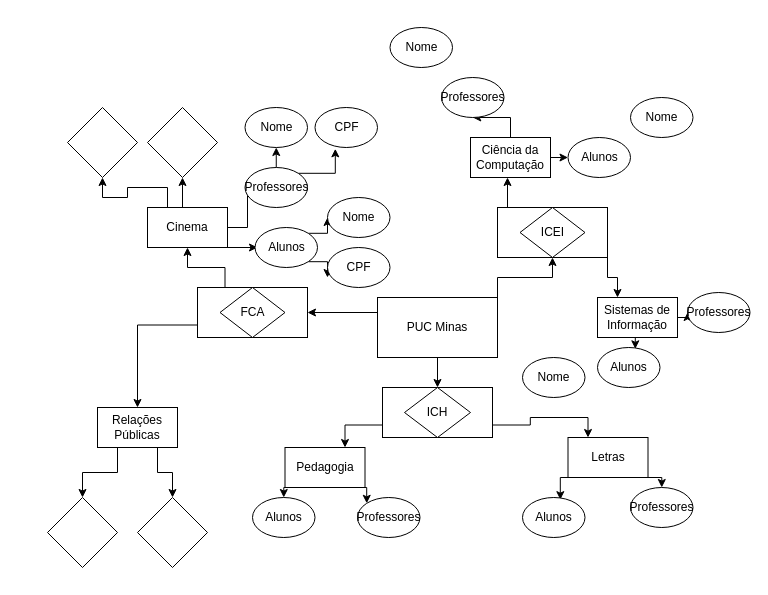
Earlier version of the draw.io diagram Untitled Diagram.drawio (gabriel1512/aedII). Source tidied: cells renumbered, new cells numbered last; positions are measured from the earlier drawing's top-left corner, leaving out a move shared by most shapes. Both pictures are drawn from the tidied source at 100%, with x=0, y=0 at pixel (47, 27).
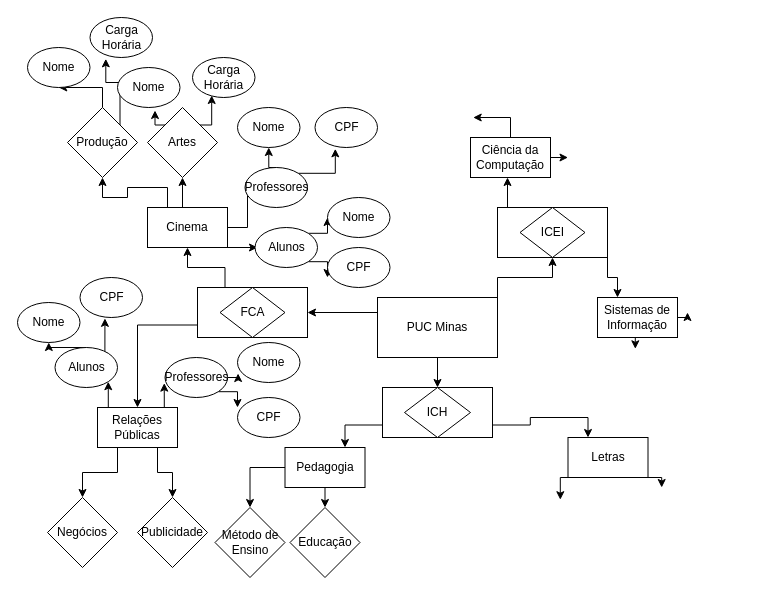
After the change.

The change refers to these unchanged cells:
```xml
<mxCell id="25" value="Relações Públicas " style="rounded=0;whiteSpace=wrap;html=1;" parent="1" vertex="1">
  <mxGeometry x="50" y="380" width="80" height="40" as="geometry" />
</mxCell>
<mxCell id="28" value="Pedagogia " style="rounded=0;whiteSpace=wrap;html=1;" parent="1" vertex="1">
  <mxGeometry x="237.5" y="420" width="80" height="40" as="geometry" />
</mxCell>
<mxCell id="31" value="Letras" style="rounded=0;whiteSpace=wrap;html=1;" parent="1" vertex="1">
  <mxGeometry x="520.5" y="410" width="80" height="40" as="geometry" />
</mxCell>
<mxCell id="34" value="Ciência da Computação" style="rounded=0;whiteSpace=wrap;html=1;" parent="1" vertex="1">
  <mxGeometry x="423" y="110" width="80" height="40" as="geometry" />
</mxCell>
<mxCell id="37" value="Sistemas de Informação" style="rounded=0;whiteSpace=wrap;html=1;" parent="1" vertex="1">
  <mxGeometry x="550" y="270" width="80" height="40" as="geometry" />
</mxCell>
```

Diff of the diagram source:
```diff
@@
+    <mxCell id="63" style="edgeStyle=orthogonalEdgeStyle;rounded=0;jettySize=auto;html=1;exitX=0.25;exitY=0;exitDx=0;exitDy=0;entryX=1;entryY=1;entryDx=0;entryDy=0;" parent="1" edge="1" source="25" target="75">
+      <mxGeometry relative="1" as="geometry" />
+    </mxCell>
+    <mxCell id="64" style="edgeStyle=orthogonalEdgeStyle;rounded=0;jettySize=auto;html=1;exitX=0.75;exitY=0;exitDx=0;exitDy=0;entryX=-0.012;entryY=0.641;entryDx=0;entryDy=0;entryPerimeter=0;" parent="1" edge="1" source="25" target="78">
+      <mxGeometry relative="1" as="geometry" />
+    </mxCell>
@@
-    <mxCell id="26" style="edgeStyle=orthogonalEdgeStyle;rounded=0;jettySize=auto;html=1;exitX=0.25;exitY=1;exitDx=0;exitDy=0;entryX=0.5;entryY=0;entryDx=0;entryDy=0;" parent="1" edge="1" source="28" target="58">
-      <mxGeometry relative="1" as="geometry" />
-    </mxCell>
-    <mxCell id="27" style="edgeStyle=orthogonalEdgeStyle;rounded=0;jettySize=auto;html=1;exitX=0.75;exitY=1;exitDx=0;exitDy=0;entryX=0;entryY=0;entryDx=0;entryDy=0;" parent="1" edge="1" source="28" target="57">
-      <mxGeometry relative="1" as="geometry" />
-    </mxCell>
+    <mxCell id="65" style="edgeStyle=orthogonalEdgeStyle;rounded=0;jettySize=auto;html=1;exitX=0;exitY=0.5;exitDx=0;exitDy=0;entryX=0.5;entryY=0;entryDx=0;entryDy=0;" parent="1" edge="1" source="28" target="71">
+      <mxGeometry relative="1" as="geometry" />
+    </mxCell>
+    <mxCell id="66" style="edgeStyle=orthogonalEdgeStyle;rounded=0;jettySize=auto;html=1;exitX=0.5;exitY=1;exitDx=0;exitDy=0;entryX=0.5;entryY=0;entryDx=0;entryDy=0;" parent="1" edge="1" source="28" target="72">
+      <mxGeometry relative="1" as="geometry" />
+    </mxCell>
@@
-    <mxCell id="29" style="edgeStyle=orthogonalEdgeStyle;rounded=0;jettySize=auto;html=1;exitX=0.25;exitY=1;exitDx=0;exitDy=0;entryX=0.605;entryY=0.054;entryDx=0;entryDy=0;entryPerimeter=0;" parent="1" edge="1" source="31" target="59">
-      <mxGeometry relative="1" as="geometry" />
+    <mxCell id="29" style="edgeStyle=orthogonalEdgeStyle;rounded=0;jettySize=auto;html=1;exitX=0.25;exitY=1;exitDx=0;exitDy=0;entryX=0.605;entryY=0.054;entryDx=0;entryDy=0;entryPerimeter=0;" parent="1" edge="1" source="31">
+      <mxGeometry relative="1" as="geometry">
+        <mxPoint x="512.8" y="472.2" as="targetPoint" />
+      </mxGeometry>
     </mxCell>
-    <mxCell id="30" style="edgeStyle=orthogonalEdgeStyle;rounded=0;jettySize=auto;html=1;exitX=0.75;exitY=1;exitDx=0;exitDy=0;entryX=0.5;entryY=0;entryDx=0;entryDy=0;" parent="1" edge="1" source="31" target="56">
-      <mxGeometry relative="1" as="geometry" />
+    <mxCell id="30" style="edgeStyle=orthogonalEdgeStyle;rounded=0;jettySize=auto;html=1;exitX=0.75;exitY=1;exitDx=0;exitDy=0;entryX=0.5;entryY=0;entryDx=0;entryDy=0;" parent="1" edge="1" source="31">
+      <mxGeometry relative="1" as="geometry">
+        <mxPoint x="614.2" y="460" as="targetPoint" />
+      </mxGeometry>
     </mxCell>
@@
-    <mxCell id="32" style="edgeStyle=orthogonalEdgeStyle;rounded=0;jettySize=auto;html=1;exitX=1;exitY=0.5;exitDx=0;exitDy=0;entryX=0;entryY=0.5;entryDx=0;entryDy=0;" parent="1" edge="1" source="34" target="53">
-      <mxGeometry relative="1" as="geometry" />
+    <mxCell id="32" style="edgeStyle=orthogonalEdgeStyle;rounded=0;jettySize=auto;html=1;exitX=1;exitY=0.5;exitDx=0;exitDy=0;entryX=0;entryY=0.5;entryDx=0;entryDy=0;" parent="1" edge="1" source="34">
+      <mxGeometry relative="1" as="geometry">
+        <mxPoint x="520.5" y="130" as="targetPoint" />
+      </mxGeometry>
     </mxCell>
-    <mxCell id="33" style="edgeStyle=orthogonalEdgeStyle;rounded=0;jettySize=auto;html=1;" parent="1" edge="1" source="34" target="52">
-      <mxGeometry relative="1" as="geometry" />
+    <mxCell id="33" style="edgeStyle=orthogonalEdgeStyle;rounded=0;jettySize=auto;html=1;" parent="1" edge="1" source="34">
+      <mxGeometry relative="1" as="geometry">
+        <mxPoint x="425.2" y="90" as="targetPoint" />
+      </mxGeometry>
     </mxCell>
@@
-    <mxCell id="35" style="edgeStyle=orthogonalEdgeStyle;rounded=0;jettySize=auto;html=1;exitX=1;exitY=0.5;exitDx=0;exitDy=0;entryX=0;entryY=0.5;entryDx=0;entryDy=0;" parent="1" edge="1" source="37" target="55">
-      <mxGeometry relative="1" as="geometry" />
+    <mxCell id="35" style="edgeStyle=orthogonalEdgeStyle;rounded=0;jettySize=auto;html=1;exitX=1;exitY=0.5;exitDx=0;exitDy=0;entryX=0;entryY=0.5;entryDx=0;entryDy=0;" parent="1" edge="1" source="37">
+      <mxGeometry relative="1" as="geometry">
+        <mxPoint x="640" y="285" as="targetPoint" />
+      </mxGeometry>
     </mxCell>
-    <mxCell id="36" style="edgeStyle=orthogonalEdgeStyle;rounded=0;jettySize=auto;html=1;exitX=0.5;exitY=1;exitDx=0;exitDy=0;entryX=0.605;entryY=0.033;entryDx=0;entryDy=0;entryPerimeter=0;" parent="1" edge="1" source="37" target="54">
-      <mxGeometry relative="1" as="geometry" />
+    <mxCell id="36" style="edgeStyle=orthogonalEdgeStyle;rounded=0;jettySize=auto;html=1;exitX=0.5;exitY=1;exitDx=0;exitDy=0;entryX=0.605;entryY=0.033;entryDx=0;entryDy=0;entryPerimeter=0;" parent="1" edge="1" source="37">
+      <mxGeometry relative="1" as="geometry">
+        <mxPoint x="587.8" y="321.3" as="targetPoint" />
+      </mxGeometry>
     </mxCell>
@@
+    <mxCell id="67" style="edgeStyle=orthogonalEdgeStyle;rounded=0;jettySize=auto;html=1;exitX=0.5;exitY=0;exitDx=0;exitDy=0;entryX=0.5;entryY=1;entryDx=0;entryDy=0;" parent="1" edge="1" source="38" target="83">
+      <mxGeometry relative="1" as="geometry" />
+    </mxCell>
+    <mxCell id="68" style="edgeStyle=orthogonalEdgeStyle;rounded=0;jettySize=auto;html=1;exitX=1;exitY=0;exitDx=0;exitDy=0;entryX=0.253;entryY=1.033;entryDx=0;entryDy=0;entryPerimeter=0;" parent="1" edge="1" source="38" target="84">
+      <mxGeometry relative="1" as="geometry" />
+    </mxCell>
-    <mxCell id="38" style="rhombus;whiteSpace=wrap;html=1;" parent="1" vertex="1">
+    <mxCell id="38" value="Produção" style="rhombus;whiteSpace=wrap;html=1;" parent="1" vertex="1">
       <mxGeometry x="20" y="80" width="70" height="70" as="geometry" />
     </mxCell>
+    <mxCell id="69" style="edgeStyle=orthogonalEdgeStyle;rounded=0;jettySize=auto;html=1;exitX=0;exitY=0;exitDx=0;exitDy=0;entryX=0.6;entryY=1.075;entryDx=0;entryDy=0;entryPerimeter=0;" parent="1" edge="1" source="39" target="85">
+      <mxGeometry relative="1" as="geometry" />
+    </mxCell>
+    <mxCell id="70" style="edgeStyle=orthogonalEdgeStyle;rounded=0;jettySize=auto;html=1;exitX=1;exitY=0;exitDx=0;exitDy=0;entryX=0.307;entryY=0.95;entryDx=0;entryDy=0;entryPerimeter=0;" parent="1" edge="1" source="39" target="86">
+      <mxGeometry relative="1" as="geometry" />
+    </mxCell>
-    <mxCell id="39" style="rhombus;whiteSpace=wrap;html=1;" parent="1" vertex="1">
+    <mxCell id="39" value="Artes" style="rhombus;whiteSpace=wrap;html=1;" parent="1" vertex="1">
       <mxGeometry x="100" y="80" width="70" height="70" as="geometry" />
     </mxCell>
-    <mxCell id="40" style="rhombus;whiteSpace=wrap;html=1;" parent="1" vertex="1">
+    <mxCell id="40" value="Negócios" style="rhombus;whiteSpace=wrap;html=1;" parent="1" vertex="1">
       <mxGeometry y="470" width="70" height="70" as="geometry" />
     </mxCell>
-    <mxCell id="41" style="rhombus;whiteSpace=wrap;html=1;" parent="1" vertex="1">
+    <mxCell id="41" value="Publicidade" style="rhombus;whiteSpace=wrap;html=1;" parent="1" vertex="1">
       <mxGeometry x="90" y="470" width="70" height="70" as="geometry" />
     </mxCell>
@@
     <mxCell id="50" value="Nome" style="ellipse;whiteSpace=wrap;html=1;" parent="1" vertex="1">
-      <mxGeometry x="197.5" y="80" width="62.5" height="40" as="geometry" />
+      <mxGeometry x="190" y="80" width="62.5" height="40" as="geometry" />
     </mxCell>
@@
-    <mxCell id="52" value="Professores" style="ellipse;whiteSpace=wrap;html=1;" parent="1" vertex="1">
-      <mxGeometry x="394" y="50" width="62.5" height="40" as="geometry" />
-    </mxCell>
-    <mxCell id="53" value="Alunos " style="ellipse;whiteSpace=wrap;html=1;" parent="1" vertex="1">
-      <mxGeometry x="520.5" y="110" width="62.5" height="40" as="geometry" />
-    </mxCell>
-    <mxCell id="54" value="Alunos " style="ellipse;whiteSpace=wrap;html=1;" parent="1" vertex="1">
-      <mxGeometry x="550" y="320" width="62.5" height="40" as="geometry" />
-    </mxCell>
-    <mxCell id="55" value="Professores" style="ellipse;whiteSpace=wrap;html=1;" parent="1" vertex="1">
-      <mxGeometry x="640" y="265" width="62.5" height="40" as="geometry" />
-    </mxCell>
-    <mxCell id="56" value="Professores" style="ellipse;whiteSpace=wrap;html=1;" parent="1" vertex="1">
-      <mxGeometry x="583" y="460" width="62.5" height="40" as="geometry" />
-    </mxCell>
-    <mxCell id="57" value="Professores" style="ellipse;whiteSpace=wrap;html=1;" parent="1" vertex="1">
-      <mxGeometry x="310" y="470" width="62.5" height="40" as="geometry" />
-    </mxCell>
-    <mxCell id="58" value="Alunos " style="ellipse;whiteSpace=wrap;html=1;" parent="1" vertex="1">
-      <mxGeometry x="205" y="470" width="62.5" height="40" as="geometry" />
-    </mxCell>
-    <mxCell id="59" value="Alunos " style="ellipse;whiteSpace=wrap;html=1;" parent="1" vertex="1">
-      <mxGeometry x="475" y="470" width="62.5" height="40" as="geometry" />
-    </mxCell>
-    <mxCell id="60" value="Nome" style="ellipse;whiteSpace=wrap;html=1;" parent="1" vertex="1">
-      <mxGeometry x="583" y="70" width="62.5" height="40" as="geometry" />
-    </mxCell>
-    <mxCell id="61" value="Nome" style="ellipse;whiteSpace=wrap;html=1;" parent="1" vertex="1">
-      <mxGeometry x="342.5" width="62.5" height="40" as="geometry" />
-    </mxCell>
-    <mxCell id="62" value="Nome" style="ellipse;whiteSpace=wrap;html=1;" parent="1" vertex="1">
-      <mxGeometry x="475" y="330" width="62.5" height="40" as="geometry" />
-    </mxCell>
+    <mxCell id="71" value="Método de Ensino" style="rhombus;whiteSpace=wrap;html=1;" parent="1" vertex="1">
+      <mxGeometry x="167.5" y="480" width="70" height="70" as="geometry" />
+    </mxCell>
+    <mxCell id="72" value="Educação" style="rhombus;whiteSpace=wrap;html=1;" parent="1" vertex="1">
+      <mxGeometry x="242.5" y="480" width="70" height="70" as="geometry" />
+    </mxCell>
+    <mxCell id="73" style="edgeStyle=orthogonalEdgeStyle;rounded=0;jettySize=auto;html=1;exitX=0.5;exitY=0;exitDx=0;exitDy=0;entryX=0.5;entryY=1;entryDx=0;entryDy=0;" parent="1" edge="1" source="75" target="81">
+      <mxGeometry relative="1" as="geometry" />
+    </mxCell>
+    <mxCell id="74" style="edgeStyle=orthogonalEdgeStyle;rounded=0;jettySize=auto;html=1;exitX=1;exitY=0;exitDx=0;exitDy=0;entryX=0.399;entryY=1.021;entryDx=0;entryDy=0;entryPerimeter=0;" parent="1" edge="1" source="75" target="82">
+      <mxGeometry relative="1" as="geometry" />
+    </mxCell>
+    <mxCell id="75" value="Alunos " style="ellipse;whiteSpace=wrap;html=1;" parent="1" vertex="1">
+      <mxGeometry x="7.5" y="320" width="62.5" height="40" as="geometry" />
+    </mxCell>
+    <mxCell id="76" style="edgeStyle=orthogonalEdgeStyle;rounded=0;jettySize=auto;html=1;exitX=1;exitY=0.5;exitDx=0;exitDy=0;entryX=0.009;entryY=0.775;entryDx=0;entryDy=0;entryPerimeter=0;" parent="1" edge="1" source="78" target="79">
+      <mxGeometry relative="1" as="geometry" />
+    </mxCell>
+    <mxCell id="77" style="edgeStyle=orthogonalEdgeStyle;rounded=0;jettySize=auto;html=1;exitX=1;exitY=1;exitDx=0;exitDy=0;entryX=0;entryY=0.25;entryDx=0;entryDy=0;entryPerimeter=0;" parent="1" edge="1" source="78" target="80">
+      <mxGeometry relative="1" as="geometry" />
+    </mxCell>
+    <mxCell id="78" value="Professores" style="ellipse;whiteSpace=wrap;html=1;" parent="1" vertex="1">
+      <mxGeometry x="117.5" y="330" width="62.5" height="40" as="geometry" />
+    </mxCell>
+    <mxCell id="79" value="Nome" style="ellipse;whiteSpace=wrap;html=1;" parent="1" vertex="1">
+      <mxGeometry x="190" y="315" width="62.5" height="40" as="geometry" />
+    </mxCell>
+    <mxCell id="80" value="CPF" style="ellipse;whiteSpace=wrap;html=1;" parent="1" vertex="1">
+      <mxGeometry x="190" y="370" width="62.5" height="40" as="geometry" />
+    </mxCell>
+    <mxCell id="81" value="Nome" style="ellipse;whiteSpace=wrap;html=1;" parent="1" vertex="1">
+      <mxGeometry x="-30" y="275" width="62.5" height="40" as="geometry" />
+    </mxCell>
+    <mxCell id="82" value="CPF" style="ellipse;whiteSpace=wrap;html=1;" parent="1" vertex="1">
+      <mxGeometry x="32.5" y="250" width="62.5" height="40" as="geometry" />
+    </mxCell>
+    <mxCell id="83" value="Nome" style="ellipse;whiteSpace=wrap;html=1;" parent="1" vertex="1">
+      <mxGeometry x="-20" y="20" width="62.5" height="40" as="geometry" />
+    </mxCell>
+    <mxCell id="84" value="Carga Horária" style="ellipse;whiteSpace=wrap;html=1;" parent="1" vertex="1">
+      <mxGeometry x="42.5" y="-10" width="62.5" height="40" as="geometry" />
+    </mxCell>
+    <mxCell id="85" value="Nome" style="ellipse;whiteSpace=wrap;html=1;" parent="1" vertex="1">
+      <mxGeometry x="70" y="40" width="62.5" height="40" as="geometry" />
+    </mxCell>
+    <mxCell id="86" value="Carga Horária" style="ellipse;whiteSpace=wrap;html=1;" parent="1" vertex="1">
+      <mxGeometry x="145" y="30" width="62.5" height="40" as="geometry" />
+    </mxCell>
```
